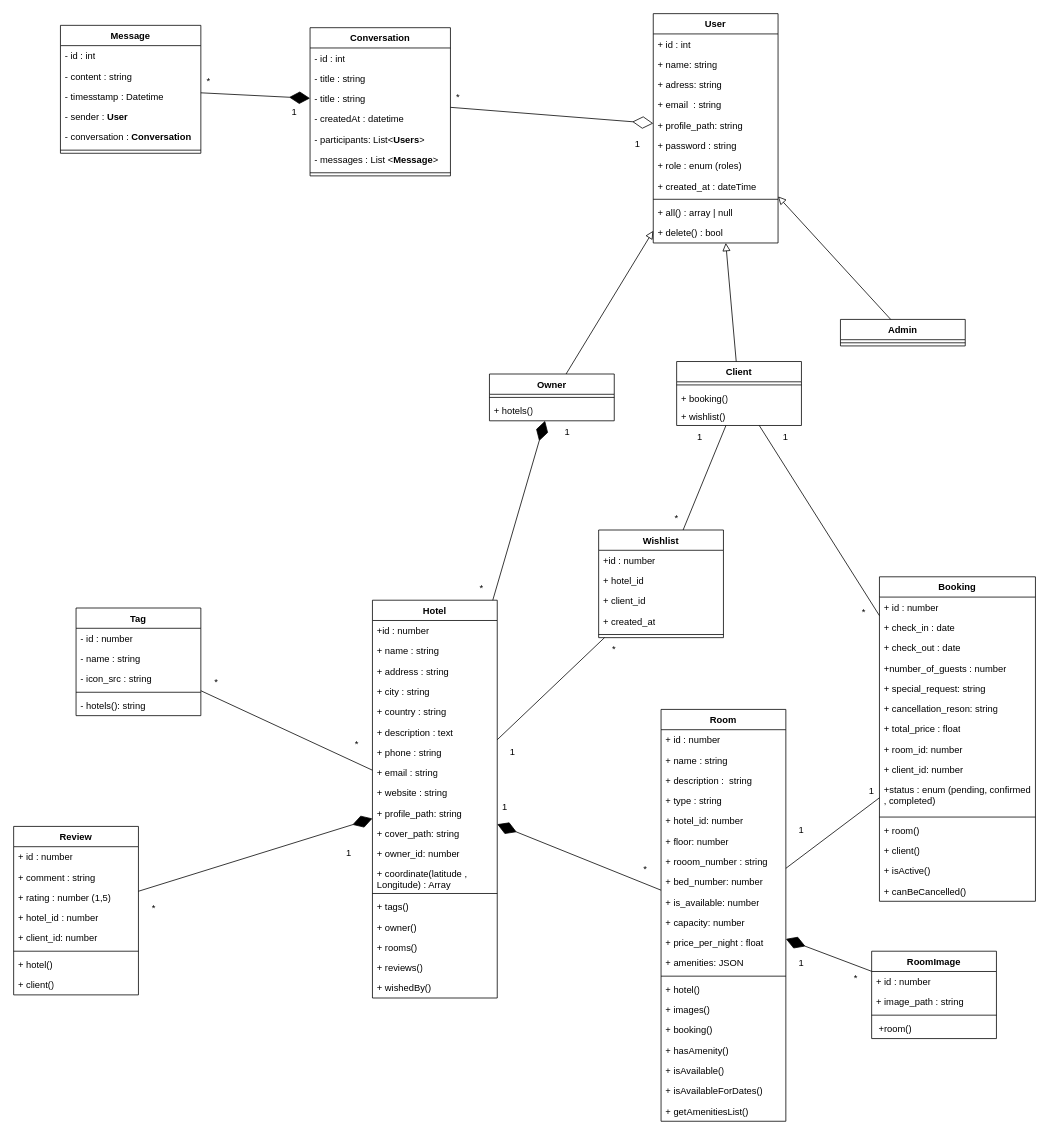
Earlier version of the draw.io diagram Conception UML/Class diagram.drawio (mohammed-ali-boutaine/hotel-system). Source tidied: cells renumbered, new cells numbered last; positions are measured from the earlier drawing's top-left corner, leaving out a move shared by most shapes. Both pictures are drawn from the tidied source at 78%, with x=0, y=0 at pixel (13, 13).
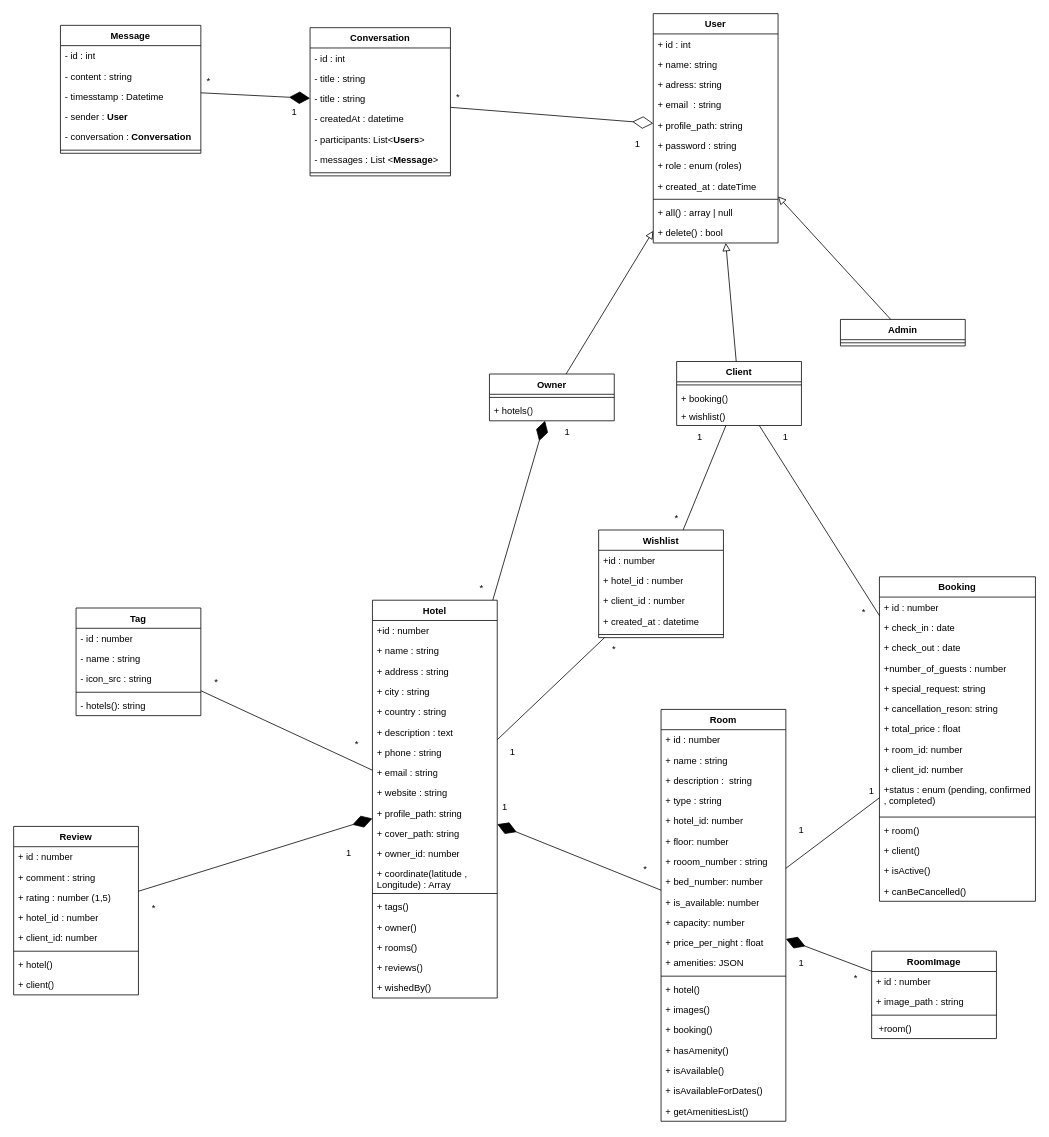
After the change.

The change refers to these unchanged cells:
```xml
<mxCell id="135" value="Wishlist" style="swimlane;fontStyle=1;align=center;verticalAlign=top;horizontal=1;startSize=26;whiteSpace=wrap;html=1;" parent="1" vertex="1">
  <mxGeometry x="750" y="662" width="160" height="138" as="geometry" />
</mxCell>
```

The edit, as a diff of the source:
```diff
@@
-    <mxCell id="137" value="+ hotel_id" style="text;strokeColor=none;fillColor=none;align=left;verticalAlign=top;spacingLeft=4;spacingRight=4;overflow=hidden;whiteSpace=wrap;html=1;" parent="135" vertex="1">
+    <mxCell id="137" value="+ hotel_id : number" style="text;strokeColor=none;fillColor=none;align=left;verticalAlign=top;spacingLeft=4;spacingRight=4;overflow=hidden;whiteSpace=wrap;html=1;" parent="135" vertex="1">
       <mxGeometry y="52" width="160" height="26" as="geometry" />
     </mxCell>
-    <mxCell id="138" value="+ client_id" style="text;strokeColor=none;fillColor=none;align=left;verticalAlign=top;spacingLeft=4;spacingRight=4;overflow=hidden;whiteSpace=wrap;html=1;" parent="135" vertex="1">
+    <mxCell id="138" value="+ client_id : number" style="text;strokeColor=none;fillColor=none;align=left;verticalAlign=top;spacingLeft=4;spacingRight=4;overflow=hidden;whiteSpace=wrap;html=1;" parent="135" vertex="1">
       <mxGeometry y="78" width="160" height="26" as="geometry" />
     </mxCell>
-    <mxCell id="139" value="+ created_at" style="text;strokeColor=none;fillColor=none;align=left;verticalAlign=top;spacingLeft=4;spacingRight=4;overflow=hidden;whiteSpace=wrap;html=1;" parent="135" vertex="1">
+    <mxCell id="139" value="+ created_at : datetime" style="text;strokeColor=none;fillColor=none;align=left;verticalAlign=top;spacingLeft=4;spacingRight=4;overflow=hidden;whiteSpace=wrap;html=1;" parent="135" vertex="1">
       <mxGeometry y="104" width="160" height="26" as="geometry" />
     </mxCell>
```
